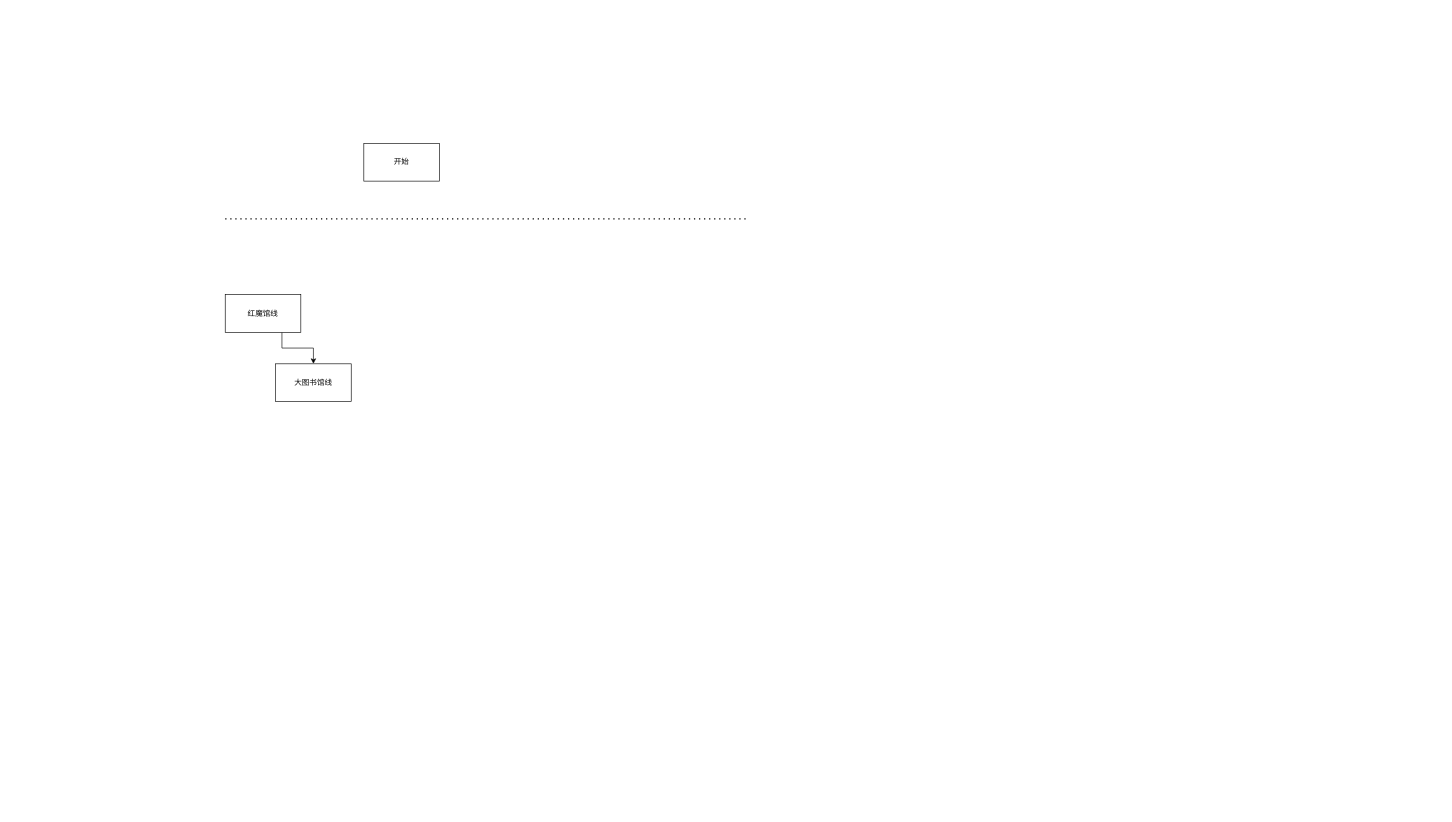
Before: ERB/MRUNKNOWN/文档/touhou.drawio in Neverfunk/tk_zhenghe_strong, a draw.io diagram. Source tidied: cells renumbered, new cells numbered last; positions are measured from the earlier drawing's top-left corner, leaving out a move shared by most shapes. Both pictures are drawn from the tidied source at 63%, with x=0, y=0 at pixel (225, 143).
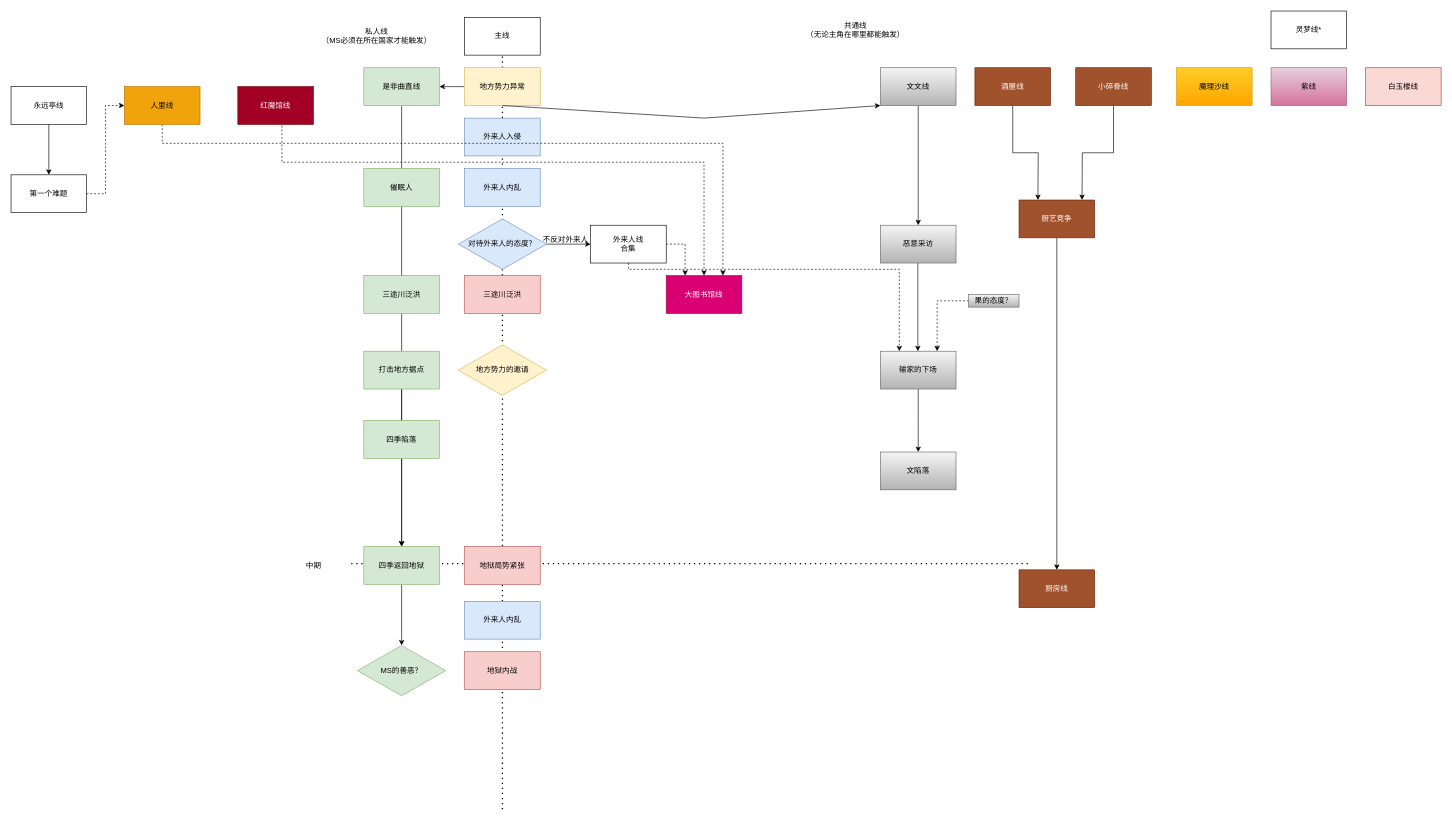
Above is the later version.

Change to the diagram source:
```diff
@@
+    <mxCell id="7" style="endArrow=none;dashed=1;html=1;dashPattern=1 3;strokeWidth=2;rounded=0;entryX=0.5;entryY=1;entryDx=0;entryDy=0;" parent="1" edge="1" target="55">
+      <mxGeometry relative="1" as="geometry">
+        <mxPoint x="440" y="1057" as="sourcePoint" />
+      </mxGeometry>
+    </mxCell>
+    <mxCell id="8" style="edgeStyle=orthogonalEdgeStyle;rounded=0;jettySize=auto;html=1;entryX=0.5;entryY=0;entryDx=0;entryDy=0;" parent="1" edge="1" source="20" target="23">
+      <mxGeometry relative="1" as="geometry" />
+    </mxCell>
+    <mxCell id="9" style="endArrow=none;dashed=1;html=1;dashPattern=1 3;strokeWidth=2;rounded=0;entryX=0.5;entryY=1;entryDx=0;entryDy=0;" parent="1" edge="1" source="27" target="33">
+      <mxGeometry relative="1" as="geometry" />
+    </mxCell>
+    <mxCell id="10" style="endArrow=none;dashed=1;html=1;dashPattern=1 3;strokeWidth=2;rounded=0;entryX=0.5;entryY=1;entryDx=0;entryDy=0;" parent="1" edge="1" source="55">
+      <mxGeometry relative="1" as="geometry">
+        <mxPoint x="440" y="390" as="targetPoint" />
+      </mxGeometry>
+    </mxCell>
-    <mxCell id="2" value="开始" style="rounded=0;whiteSpace=wrap;html=1;" parent="1" vertex="1">
-      <mxGeometry x="220" width="120" height="60" as="geometry" />
+    <mxCell id="2" value="主线" style="rounded=0;whiteSpace=wrap;html=1;" parent="1" vertex="1">
+      <mxGeometry x="380" y="-200" width="120" height="60" as="geometry" />
     </mxCell>
-    <mxCell id="3" style="edgeStyle=orthogonalEdgeStyle;rounded=0;jettySize=auto;html=1;exitX=0.75;exitY=1;exitDx=0;exitDy=0;" parent="1" edge="1" source="4" target="5">
-      <mxGeometry relative="1" as="geometry" />
+    <mxCell id="3" style="edgeStyle=orthogonalEdgeStyle;rounded=0;jettySize=auto;html=1;exitX=0.75;exitY=1;exitDx=0;exitDy=0;dashed=1;" parent="1" edge="1" source="4" target="5">
+      <mxGeometry relative="1" as="geometry">
+        <Array as="points">
+          <mxPoint x="110" y="-70" />
+          <mxPoint x="90" y="-70" />
+          <mxPoint x="90" y="30" />
+          <mxPoint x="760" y="30" />
+        </Array>
+      </mxGeometry>
     </mxCell>
-    <mxCell id="4" value="红魔馆线" style="rounded=0;whiteSpace=wrap;html=1;" parent="1" vertex="1">
-      <mxGeometry y="240" width="120" height="60" as="geometry" />
+    <mxCell id="4" value="红魔馆线" style="rounded=0;whiteSpace=wrap;html=1;fillColor=#a20025;fontColor=#ffffff;strokeColor=#6F0000;" parent="1" vertex="1">
+      <mxGeometry x="20" y="-90" width="120" height="60" as="geometry" />
     </mxCell>
-    <mxCell id="5" value="大图书馆线" style="whiteSpace=wrap;html=1;" parent="1" vertex="1">
-      <mxGeometry x="80" y="350" width="120" height="60" as="geometry" />
+    <mxCell id="5" value="大图书馆线" style="whiteSpace=wrap;html=1;fillColor=#d80073;fontColor=#ffffff;strokeColor=#A50040;" parent="1" vertex="1">
+      <mxGeometry x="700" y="210" width="120" height="60" as="geometry" />
     </mxCell>
-    <mxCell id="6" style="endArrow=none;dashed=1;html=1;dashPattern=1 3;strokeWidth=2;rounded=0;" parent="1" edge="1">
-      <mxGeometry relative="1" as="geometry">
-        <mxPoint y="120" as="sourcePoint" />
-        <mxPoint x="830" y="120" as="targetPoint" />
-      </mxGeometry>
-    </mxCell>
+    <mxCell id="11" style="endArrow=none;dashed=1;html=1;dashPattern=1 3;strokeWidth=2;rounded=0;entryX=0.5;entryY=1;entryDx=0;entryDy=0;" parent="1" edge="1" source="33" target="2">
+      <mxGeometry relative="1" as="geometry" />
+    </mxCell>
+    <mxCell id="12" value="共通线&lt;br&gt;（无论主角在哪里都能触发）" style="text;html=1;align=center;verticalAlign=middle;strokeColor=none;fillColor=none;" parent="1" vertex="1">
+      <mxGeometry x="910" y="-200" width="180" height="40" as="geometry" />
+    </mxCell>
+    <mxCell id="13" value="私人线&lt;br&gt;（MS必须在所在国家才能触发）" style="text;html=1;align=center;verticalAlign=middle;strokeColor=none;fillColor=none;" parent="1" vertex="1">
+      <mxGeometry x="140" y="-190" width="200" height="40" as="geometry" />
+    </mxCell>
+    <mxCell id="14" style="endArrow=none;dashed=1;html=1;dashPattern=1 3;strokeWidth=2;rounded=0;" parent="1" edge="1">
+      <mxGeometry relative="1" as="geometry">
+        <mxPoint x="200" y="667" as="sourcePoint" />
+        <mxPoint x="1280" y="667" as="targetPoint" />
+      </mxGeometry>
+    </mxCell>
+    <mxCell id="15" value="中期" style="text;html=1;align=center;verticalAlign=middle;strokeColor=none;fillColor=none;" parent="1" vertex="1">
+      <mxGeometry x="115" y="655" width="50" height="30" as="geometry" />
+    </mxCell>
+    <mxCell id="16" value="地狱局势紧张" style="rounded=0;whiteSpace=wrap;html=1;fillColor=#f8cecc;strokeColor=#b85450;" parent="1" vertex="1">
+      <mxGeometry x="380" y="640" width="120" height="60" as="geometry" />
+    </mxCell>
+    <mxCell id="17" value="三途川泛洪" style="rounded=0;whiteSpace=wrap;html=1;fillColor=#d5e8d4;strokeColor=#82b366;" parent="1" vertex="1">
+      <mxGeometry x="220" y="210" width="120" height="60" as="geometry" />
+    </mxCell>
+    <mxCell id="18" style="edgeStyle=orthogonalEdgeStyle;rounded=0;jettySize=auto;html=1;entryX=0.5;entryY=0;entryDx=0;entryDy=0;" parent="1" edge="1" source="19" target="23">
+      <mxGeometry relative="1" as="geometry" />
+    </mxCell>
+    <mxCell id="19" value="打击地方据点" style="rounded=0;whiteSpace=wrap;html=1;fillColor=#d5e8d4;strokeColor=#82b366;" parent="1" vertex="1">
+      <mxGeometry x="220" y="330" width="120" height="60" as="geometry" />
+    </mxCell>
+    <mxCell id="20" value="是非曲直线" style="rounded=0;whiteSpace=wrap;html=1;fillColor=#d5e8d4;strokeColor=#82b366;" parent="1" vertex="1">
+      <mxGeometry x="220" y="-120" width="120" height="60" as="geometry" />
+    </mxCell>
+    <mxCell id="21" value="催眠人" style="rounded=0;whiteSpace=wrap;html=1;fillColor=#d5e8d4;strokeColor=#82b366;" parent="1" vertex="1">
+      <mxGeometry x="220" y="40" width="120" height="60" as="geometry" />
+    </mxCell>
+    <mxCell id="22" style="edgeStyle=orthogonalEdgeStyle;rounded=0;jettySize=auto;html=1;entryX=0.5;entryY=0;entryDx=0;entryDy=0;" parent="1" edge="1" source="23" target="32">
+      <mxGeometry relative="1" as="geometry" />
+    </mxCell>
+    <mxCell id="23" value="四季返回地狱" style="rounded=0;whiteSpace=wrap;html=1;fillColor=#d5e8d4;strokeColor=#82b366;" parent="1" vertex="1">
+      <mxGeometry x="220" y="640" width="120" height="60" as="geometry" />
+    </mxCell>
+    <mxCell id="24" value="地狱内战" style="rounded=0;whiteSpace=wrap;html=1;fillColor=#f8cecc;strokeColor=#b85450;" parent="1" vertex="1">
+      <mxGeometry x="380" y="807" width="120" height="60" as="geometry" />
+    </mxCell>
+    <mxCell id="25" value="外来人内乱" style="rounded=0;whiteSpace=wrap;html=1;fillColor=#dae8fc;strokeColor=#6c8ebf;" parent="1" vertex="1">
+      <mxGeometry x="380" y="40" width="120" height="60" as="geometry" />
+    </mxCell>
+    <mxCell id="26" style="endArrow=none;dashed=1;html=1;dashPattern=1 3;strokeWidth=2;rounded=0;entryX=0.5;entryY=1;entryDx=0;entryDy=0;" parent="1" edge="1" target="27">
+      <mxGeometry relative="1" as="geometry">
+        <mxPoint x="440" y="330" as="sourcePoint" />
+      </mxGeometry>
+    </mxCell>
+    <mxCell id="27" value="三途川泛洪" style="rounded=0;whiteSpace=wrap;html=1;fillColor=#f8cecc;strokeColor=#b85450;" parent="1" vertex="1">
+      <mxGeometry x="380" y="210" width="120" height="60" as="geometry" />
+    </mxCell>
+    <mxCell id="28" style="edgeStyle=orthogonalEdgeStyle;rounded=0;jettySize=auto;html=1;dashed=1;" parent="1" edge="1" source="50" target="5">
+      <mxGeometry relative="1" as="geometry">
+        <Array as="points">
+          <mxPoint x="730" y="160" />
+        </Array>
+      </mxGeometry>
+    </mxCell>
+    <mxCell id="29" value="对待外来人的态度？" style="rhombus;whiteSpace=wrap;html=1;fillColor=#dae8fc;strokeColor=#6c8ebf;" parent="1" vertex="1">
+      <mxGeometry x="370" y="120" width="140" height="80" as="geometry" />
+    </mxCell>
+    <mxCell id="30" style="edgeStyle=orthogonalEdgeStyle;rounded=0;jettySize=auto;html=1;" parent="1" edge="1" source="31" target="20">
+      <mxGeometry relative="1" as="geometry" />
+    </mxCell>
+    <mxCell id="31" value="地方势力异常" style="rounded=0;whiteSpace=wrap;html=1;fillColor=#fff2cc;strokeColor=#d6b656;" parent="1" vertex="1">
+      <mxGeometry x="380" y="-120" width="120" height="60" as="geometry" />
+    </mxCell>
+    <mxCell id="32" value="MS的善恶？" style="rhombus;whiteSpace=wrap;html=1;fillColor=#d5e8d4;strokeColor=#82b366;" parent="1" vertex="1">
+      <mxGeometry x="210" y="797" width="140" height="80" as="geometry" />
+    </mxCell>
+    <mxCell id="33" value="外来人入侵" style="rounded=0;whiteSpace=wrap;html=1;fillColor=#dae8fc;strokeColor=#6c8ebf;" parent="1" vertex="1">
+      <mxGeometry x="380" y="-40" width="120" height="60" as="geometry" />
+    </mxCell>
+    <mxCell id="34" value="地方势力的邀请" style="rhombus;whiteSpace=wrap;html=1;fillColor=#fff2cc;strokeColor=#d6b656;" parent="1" vertex="1">
+      <mxGeometry x="370" y="320" width="140" height="80" as="geometry" />
+    </mxCell>
+    <mxCell id="35" style="edgeStyle=orthogonalEdgeStyle;rounded=0;jettySize=auto;html=1;entryX=0.5;entryY=0;entryDx=0;entryDy=0;" parent="1" edge="1" source="36" target="39">
+      <mxGeometry relative="1" as="geometry" />
+    </mxCell>
+    <mxCell id="36" value="文文线" style="rounded=0;whiteSpace=wrap;html=1;fillColor=#f5f5f5;strokeColor=#666666;gradientColor=#b3b3b3;" parent="1" vertex="1">
+      <mxGeometry x="1040" y="-120" width="120" height="60" as="geometry" />
+    </mxCell>
+    <mxCell id="37" style="endArrow=classic;html=1;rounded=0;entryX=0;entryY=1;entryDx=0;entryDy=0;" parent="1" edge="1" target="36">
+      <mxGeometry relative="1" as="geometry">
+        <mxPoint x="440" y="-60" as="sourcePoint" />
+        <Array as="points">
+          <mxPoint x="760" y="-40" />
+        </Array>
+      </mxGeometry>
+    </mxCell>
+    <mxCell id="38" style="edgeStyle=orthogonalEdgeStyle;rounded=0;orthogonalLoop=1;jettySize=auto;html=1;" parent="1" edge="1">
+      <mxGeometry relative="1" as="geometry">
+        <mxPoint x="1099.4" y="190" as="sourcePoint" />
+        <mxPoint x="1099.4" y="330" as="targetPoint" />
+      </mxGeometry>
+    </mxCell>
+    <mxCell id="39" value="恶意采访" style="rounded=0;whiteSpace=wrap;html=1;fillColor=#f5f5f5;strokeColor=#666666;gradientColor=#b3b3b3;" parent="1" vertex="1">
+      <mxGeometry x="1040" y="130" width="120" height="60" as="geometry" />
+    </mxCell>
+    <mxCell id="40" value="不反对外来人" style="text;html=1;align=center;verticalAlign=middle;strokeColor=none;fillColor=none;" parent="1" vertex="1">
+      <mxGeometry x="490" y="138" width="100" height="30" as="geometry" />
+    </mxCell>
+    <mxCell id="41" style="edgeStyle=orthogonalEdgeStyle;rounded=0;jettySize=auto;html=1;" parent="1" edge="1" source="42">
+      <mxGeometry relative="1" as="geometry">
+        <mxPoint x="1290" y="90" as="targetPoint" />
+      </mxGeometry>
+    </mxCell>
+    <mxCell id="42" value="酒屋线" style="rounded=0;whiteSpace=wrap;html=1;fillColor=#a0522d;fontColor=#ffffff;strokeColor=#6D1F00;" parent="1" vertex="1">
+      <mxGeometry x="1190" y="-120" width="120" height="60" as="geometry" />
+    </mxCell>
+    <mxCell id="43" style="edgeStyle=orthogonalEdgeStyle;rounded=0;jettySize=auto;html=1;" parent="1" edge="1" source="44">
+      <mxGeometry relative="1" as="geometry">
+        <mxPoint x="1360" y="90" as="targetPoint" />
+      </mxGeometry>
+    </mxCell>
+    <mxCell id="44" value="小碎骨线" style="rounded=0;whiteSpace=wrap;html=1;fillColor=#a0522d;fontColor=#ffffff;strokeColor=#6D1F00;" parent="1" vertex="1">
+      <mxGeometry x="1350" y="-120" width="120" height="60" as="geometry" />
+    </mxCell>
+    <mxCell id="45" style="edgeStyle=orthogonalEdgeStyle;rounded=0;jettySize=auto;html=1;entryX=0.5;entryY=0;entryDx=0;entryDy=0;" parent="1" edge="1" source="46" target="47">
+      <mxGeometry relative="1" as="geometry" />
+    </mxCell>
+    <mxCell id="46" value="厨艺竞争" style="rounded=0;whiteSpace=wrap;html=1;fillColor=#a0522d;fontColor=#ffffff;strokeColor=#6D1F00;" parent="1" vertex="1">
+      <mxGeometry x="1260" y="90" width="120" height="60" as="geometry" />
+    </mxCell>
+    <mxCell id="47" value="厨房线" style="whiteSpace=wrap;html=1;fillColor=#a0522d;fontColor=#ffffff;strokeColor=#6D1F00;" parent="1" vertex="1">
+      <mxGeometry x="1260" y="677" width="120" height="60" as="geometry" />
+    </mxCell>
+    <mxCell id="48" style="edgeStyle=orthogonalEdgeStyle;rounded=0;jettySize=auto;html=1;" parent="1" edge="1" source="29" target="50">
+      <mxGeometry relative="1" as="geometry" />
+    </mxCell>
+    <mxCell id="49" style="edgeStyle=orthogonalEdgeStyle;rounded=0;jettySize=auto;html=1;dashed=1;" parent="1" edge="1" source="50" target="52">
+      <mxGeometry relative="1" as="geometry">
+        <Array as="points">
+          <mxPoint x="640" y="200" />
+          <mxPoint x="1070" y="200" />
+        </Array>
+      </mxGeometry>
+    </mxCell>
+    <mxCell id="50" value="外来人线&lt;div&gt;合集&lt;/div&gt;" style="rounded=0;whiteSpace=wrap;html=1;" parent="1" vertex="1">
+      <mxGeometry x="580" y="130" width="120" height="60" as="geometry" />
+    </mxCell>
+    <mxCell id="51" style="edgeStyle=orthogonalEdgeStyle;rounded=0;jettySize=auto;html=1;" parent="1" edge="1" source="52">
+      <mxGeometry relative="1" as="geometry">
+        <mxPoint x="1100" y="490" as="targetPoint" />
+      </mxGeometry>
+    </mxCell>
+    <mxCell id="52" value="输家的下场" style="rounded=0;whiteSpace=wrap;html=1;fillColor=#f5f5f5;strokeColor=#666666;gradientColor=#b3b3b3;" parent="1" vertex="1">
+      <mxGeometry x="1040" y="330" width="120" height="60" as="geometry" />
+    </mxCell>
+    <mxCell id="53" style="edgeStyle=orthogonalEdgeStyle;rounded=0;jettySize=auto;html=1;entryX=0.75;entryY=0;entryDx=0;entryDy=0;dashed=1;" parent="1" edge="1" source="54" target="52">
+      <mxGeometry relative="1" as="geometry" />
+    </mxCell>
+    <mxCell id="54" value="果的态度？" style="rounded=0;whiteSpace=wrap;html=1;fillColor=#f5f5f5;strokeColor=#666666;gradientColor=#b3b3b3;" parent="1" vertex="1">
+      <mxGeometry x="1180" y="240" width="80" height="20" as="geometry" />
+    </mxCell>
+    <mxCell id="55" value="外来人内乱" style="rounded=0;whiteSpace=wrap;html=1;fillColor=#dae8fc;strokeColor=#6c8ebf;" parent="1" vertex="1">
+      <mxGeometry x="380" y="727" width="120" height="60" as="geometry" />
+    </mxCell>
+    <mxCell id="56" value="文陷落" style="rounded=0;whiteSpace=wrap;html=1;fillColor=#f5f5f5;strokeColor=#666666;gradientColor=#b3b3b3;" parent="1" vertex="1">
+      <mxGeometry x="1040" y="490" width="120" height="60" as="geometry" />
+    </mxCell>
+    <mxCell id="57" value="四季陷落" style="rounded=0;whiteSpace=wrap;html=1;fillColor=#d5e8d4;strokeColor=#82b366;" parent="1" vertex="1">
+      <mxGeometry x="220" y="440" width="120" height="60" as="geometry" />
+    </mxCell>
+    <mxCell id="58" value="魔理沙线" style="rounded=0;whiteSpace=wrap;html=1;fillColor=#ffcd28;gradientColor=#ffa500;strokeColor=#d79b00;" parent="1" vertex="1">
+      <mxGeometry x="1510" y="-120" width="120" height="60" as="geometry" />
+    </mxCell>
+    <mxCell id="59" value="灵梦线*" style="rounded=0;whiteSpace=wrap;html=1;" parent="1" vertex="1">
+      <mxGeometry x="1660" y="-210" width="120" height="60" as="geometry" />
+    </mxCell>
+    <mxCell id="60" value="紫线" style="rounded=0;whiteSpace=wrap;html=1;fillColor=#e6d0de;gradientColor=#d5739d;strokeColor=#996185;" parent="1" vertex="1">
+      <mxGeometry x="1660" y="-120" width="120" height="60" as="geometry" />
+    </mxCell>
+    <mxCell id="61" value="白玉楼线" style="rounded=0;whiteSpace=wrap;html=1;fillColor=#fad9d5;strokeColor=#ae4132;" parent="1" vertex="1">
+      <mxGeometry x="1810" y="-120" width="120" height="60" as="geometry" />
+    </mxCell>
+    <mxCell id="62" style="edgeStyle=orthogonalEdgeStyle;rounded=0;jettySize=auto;html=1;entryX=0.75;entryY=0;entryDx=0;entryDy=0;dashed=1;" parent="1" edge="1" source="63" target="5">
+      <mxGeometry relative="1" as="geometry">
+        <Array as="points">
+          <mxPoint x="-100" />
+          <mxPoint x="790" />
+        </Array>
+      </mxGeometry>
+    </mxCell>
+    <mxCell id="63" value="人里线" style="rounded=0;whiteSpace=wrap;html=1;fillColor=#f0a30a;strokeColor=#BD7000;fontColor=#000000;" parent="1" vertex="1">
+      <mxGeometry x="-160" y="-90" width="120" height="60" as="geometry" />
+    </mxCell>
+    <mxCell id="64" style="edgeStyle=orthogonalEdgeStyle;rounded=0;jettySize=auto;html=1;" parent="1" edge="1" source="65" target="67">
+      <mxGeometry relative="1" as="geometry" />
+    </mxCell>
+    <mxCell id="65" value="永远亭线" style="rounded=0;whiteSpace=wrap;html=1;" parent="1" vertex="1">
+      <mxGeometry x="-340" y="-90" width="120" height="60" as="geometry" />
+    </mxCell>
+    <mxCell id="66" style="edgeStyle=orthogonalEdgeStyle;rounded=0;jettySize=auto;html=1;entryX=0;entryY=0.5;entryDx=0;entryDy=0;dashed=1;" parent="1" edge="1" source="67" target="63">
+      <mxGeometry relative="1" as="geometry" />
+    </mxCell>
+    <mxCell id="67" value="第一个难题" style="rounded=0;whiteSpace=wrap;html=1;" parent="1" vertex="1">
+      <mxGeometry x="-340" y="50" width="120" height="60" as="geometry" />
+    </mxCell>
```
